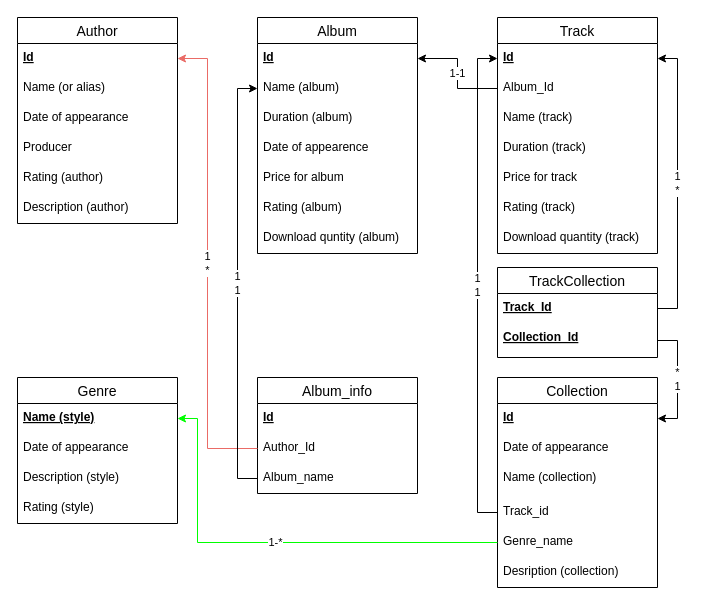
Earlier version of the draw.io diagram Untitled Diagram.drawio (Oleg-Stukalov/draw.io-schemes). Source tidied: cells renumbered, new cells numbered last; positions are measured from the earlier drawing's top-left corner, leaving out a move shared by most shapes. Both pictures are drawn from the tidied source at 100%, with x=0, y=0 at pixel (17, 17).
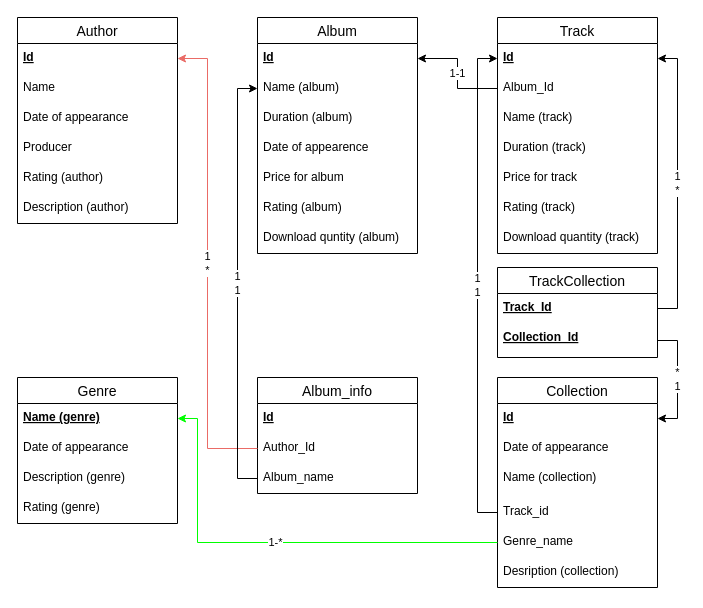
The same diagram, later.

Unchanged cells that the change refers to:
```xml
<mxCell id="10" value="Author" style="swimlane;fontStyle=0;horizontal=1;startSize=26;align=center;fontSize=14;" parent="1" vertex="1">
  <mxGeometry width="160" height="206" as="geometry" />
</mxCell>
<mxCell id="25" value="Genre" style="swimlane;fontStyle=0;horizontal=1;startSize=26;align=center;fontSize=14;" parent="1" vertex="1">
  <mxGeometry y="360" width="160" height="146" as="geometry" />
</mxCell>
```

What changed in the source:
```diff
@@
-    <mxCell id="12" value="Name (or alias)" style="text;strokeColor=none;fillColor=none;spacingLeft=4;spacingRight=4;overflow=hidden;fontSize=12;" parent="10" vertex="1">
+    <mxCell id="12" value="Name" style="text;strokeColor=none;fillColor=none;spacingLeft=4;spacingRight=4;overflow=hidden;fontSize=12;" parent="10" vertex="1">
       <mxGeometry y="56" width="160" height="30" as="geometry" />
     </mxCell>
@@
-    <mxCell id="26" value="Name (style)" style="text;strokeColor=none;fillColor=none;spacingLeft=4;spacingRight=4;overflow=hidden;points=[[0,0.5],[1,0.5]];portConstraint=eastwest;fontSize=12;fontStyle=5;" parent="25" vertex="1">
+    <mxCell id="26" value="Name (genre)" style="text;strokeColor=none;fillColor=none;spacingLeft=4;spacingRight=4;overflow=hidden;points=[[0,0.5],[1,0.5]];portConstraint=eastwest;fontSize=12;fontStyle=5;" parent="25" vertex="1">
       <mxGeometry y="26" width="160" height="30" as="geometry" />
     </mxCell>
@@
-    <mxCell id="28" value="Description (style)" style="text;strokeColor=none;fillColor=none;spacingLeft=4;spacingRight=4;overflow=hidden;fontSize=12;" parent="25" vertex="1">
+    <mxCell id="28" value="Description (genre)" style="text;strokeColor=none;fillColor=none;spacingLeft=4;spacingRight=4;overflow=hidden;fontSize=12;" parent="25" vertex="1">
       <mxGeometry y="86" width="160" height="30" as="geometry" />
     </mxCell>
-    <mxCell id="29" value="Rating (style)" style="text;strokeColor=none;fillColor=none;spacingLeft=4;spacingRight=4;overflow=hidden;fontSize=12;" parent="25" vertex="1">
+    <mxCell id="29" value="Rating (genre)" style="text;strokeColor=none;fillColor=none;spacingLeft=4;spacingRight=4;overflow=hidden;fontSize=12;" parent="25" vertex="1">
       <mxGeometry y="116" width="160" height="30" as="geometry" />
     </mxCell>
```
